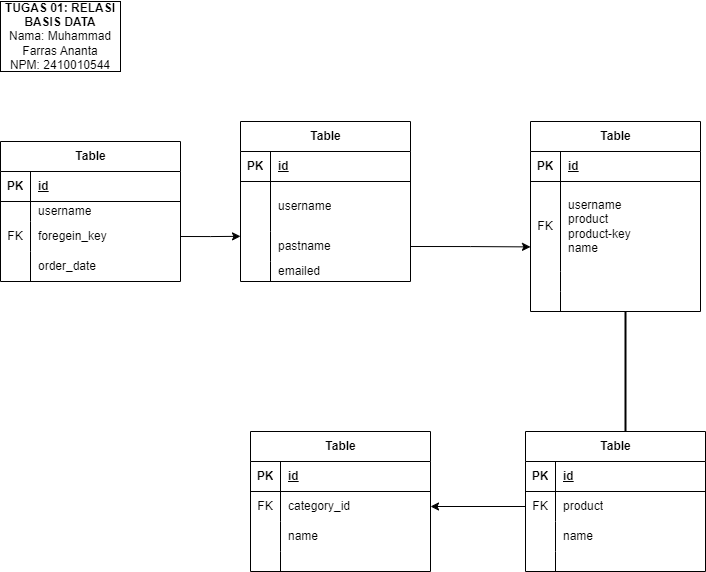
Above: gambar_relasi.png in muhammadfarrasananta-eng/laravel-tugas (draw.io), before the change. Source tidied: cells renumbered, new cells last; positions are measured from the earlier drawing's top-left corner, leaving out a move shared by most shapes.
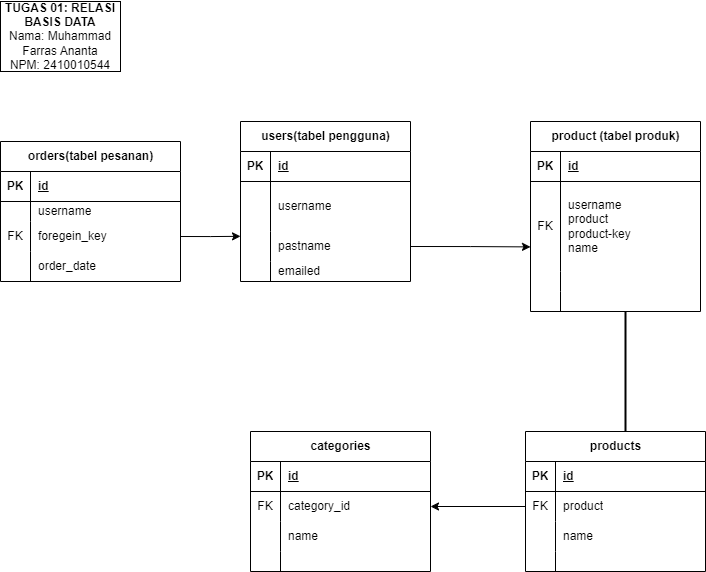
The same diagram one commit later.

What changed in the source:
```diff
@@ -5,7 +5,7 @@
     <mxCell id="2" value="&lt;b&gt;TUGAS 01: RELASI BASIS DATA&lt;/b&gt;&lt;br/&gt;Nama: Muhammad Farras Ananta&lt;br/&gt;NPM: 2410010544" style="rounded=0;whiteSpace=wrap;html=1;" parent="1" vertex="1">
       <mxGeometry width="120" height="70" as="geometry" />
     </mxCell>
-    <mxCell id="3" value="Table" style="shape=table;startSize=30;rowLines=0;fontStyle=1;align=center;html=1;" parent="1" vertex="1">
+    <mxCell id="3" value="users(tabel pengguna)" style="shape=table;startSize=30;rowLines=0;fontStyle=1;align=center;html=1;" parent="1" vertex="1">
       <mxGeometry x="240" y="120" width="170" height="160" as="geometry" />
     </mxCell>
     <mxCell id="4" style="shape=tableRow;horizontal=0;startSize=0;swimlaneHead=0;swimlaneBody=0;fillColor=none;top=0;left=0;right=0;bottom=1;" parent="3" vertex="1">
@@ -44,7 +44,7 @@
     <mxCell id="15" value="emailed&lt;div&gt;foreign_date&lt;/div&gt;" style="shape=partialRectangle;fillColor=none;top=0;left=0;bottom=0;right=0;align=left;spacingLeft=6;overflow=hidden;whiteSpace=wrap;html=1;" parent="13" vertex="1">
       <mxGeometry x="30" width="140" height="20" as="geometry" />
     </mxCell>
-    <mxCell id="16" value="Table" style="shape=table;startSize=30;rowLines=0;fontStyle=1;align=center;html=1;" parent="1" vertex="1">
+    <mxCell id="16" value="product (tabel produk)" style="shape=table;startSize=30;rowLines=0;fontStyle=1;align=center;html=1;" parent="1" vertex="1">
       <mxGeometry x="530" y="120" width="170" height="190" as="geometry" />
     </mxCell>
     <mxCell id="17" style="shape=tableRow;horizontal=0;startSize=0;swimlaneHead=0;swimlaneBody=0;fillColor=none;top=0;left=0;right=0;bottom=1;" parent="16" vertex="1">
@@ -83,7 +83,7 @@
     <mxCell id="28" style="shape=partialRectangle;fillColor=none;top=0;left=0;bottom=0;right=0;align=left;spacingLeft=6;overflow=hidden;whiteSpace=wrap;html=1;" parent="26" vertex="1">
       <mxGeometry x="30" width="140" height="20" as="geometry" />
     </mxCell>
-    <mxCell id="29" value="Table" style="shape=table;startSize=30;rowLines=0;fontStyle=1;align=center;html=1;" parent="1" vertex="1">
+    <mxCell id="29" value="products" style="shape=table;startSize=30;rowLines=0;fontStyle=1;align=center;html=1;" parent="1" vertex="1">
       <mxGeometry x="525" y="430" width="180" height="140" as="geometry" />
     </mxCell>
     <mxCell id="30" style="shape=tableRow;horizontal=0;startSize=0;swimlaneHead=0;swimlaneBody=0;fillColor=none;top=0;left=0;right=0;bottom=1;" parent="29" vertex="1">
@@ -122,7 +122,7 @@
     <mxCell id="41" style="shape=partialRectangle;fillColor=none;top=0;left=0;bottom=0;right=0;align=left;spacingLeft=6;overflow=hidden;whiteSpace=wrap;html=1;" parent="39" vertex="1">
       <mxGeometry x="30" width="150" height="20" as="geometry" />
     </mxCell>
-    <mxCell id="42" value="Table" style="shape=table;startSize=30;rowLines=0;fontStyle=1;align=center;html=1;" parent="1" vertex="1">
+    <mxCell id="42" value="categories" style="shape=table;startSize=30;rowLines=0;fontStyle=1;align=center;html=1;" parent="1" vertex="1">
       <mxGeometry x="250" y="430" width="180" height="140" as="geometry" />
     </mxCell>
     <mxCell id="43" style="shape=tableRow;horizontal=0;startSize=0;swimlaneHead=0;swimlaneBody=0;fillColor=none;top=0;left=0;right=0;bottom=1;" parent="42" vertex="1">
@@ -161,7 +161,7 @@
     <mxCell id="54" style="shape=partialRectangle;fillColor=none;top=0;left=0;bottom=0;right=0;align=left;spacingLeft=6;overflow=hidden;whiteSpace=wrap;html=1;" parent="52" vertex="1">
       <mxGeometry x="30" width="150" height="20" as="geometry" />
     </mxCell>
-    <mxCell id="55" value="Table" style="shape=table;startSize=30;rowLines=0;fontStyle=1;align=center;html=1;" parent="1" vertex="1">
+    <mxCell id="55" value="orders(tabel pesanan)" style="shape=table;startSize=30;rowLines=0;fontStyle=1;align=center;html=1;" parent="1" vertex="1">
       <mxGeometry y="140" width="180" height="140" as="geometry" />
     </mxCell>
     <mxCell id="56" style="shape=tableRow;horizontal=0;startSize=0;swimlaneHead=0;swimlaneBody=0;fillColor=none;top=0;left=0;right=0;bottom=1;" parent="55" vertex="1">
```
